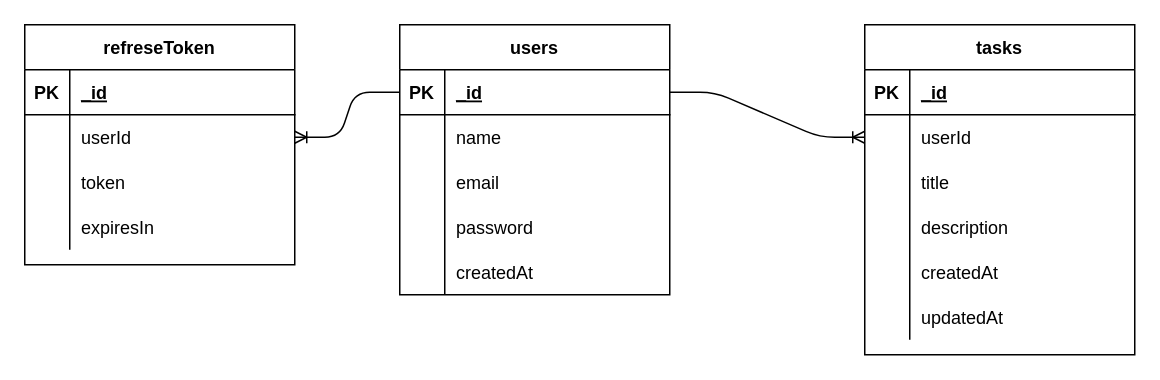
The draw.io diagram db-diagram.drawio in miguelretroz/teskiando-back-end, before the edit. Source tidied: cells renumbered, new cells numbered last; positions are measured from the earlier drawing's top-left corner, leaving out a move shared by most shapes. Both pictures are drawn from the tidied source at 150%, with x=0, y=0 at pixel (24, 24).
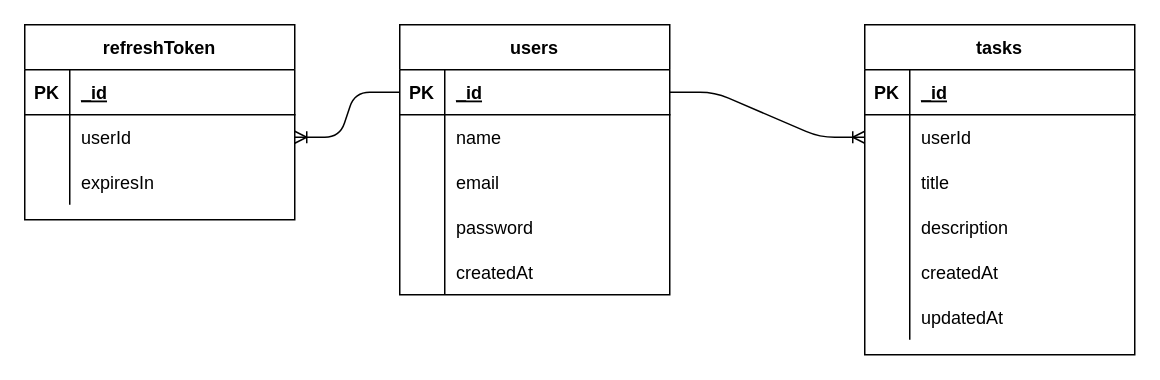
Above is the later version.

Change to the diagram source:
```diff
@@
-    <mxCell id="38" value="refreseToken" style="shape=table;startSize=30;childLayout=tableLayout;rowLines=0;fontStyle=1;align=center;" parent="1" vertex="1">
-      <mxGeometry width="180" height="160" as="geometry" />
+    <mxCell id="38" value="refreshToken" style="shape=table;startSize=30;childLayout=tableLayout;rowLines=0;fontStyle=1;align=center;" parent="1" vertex="1">
+      <mxGeometry width="180" height="130" as="geometry" />
     </mxCell>
@@
-    <mxCell id="45" style="shape=partialRectangle;fillColor=none;top=0;left=0;bottom=0;right=0;" parent="38" vertex="1">
-      <mxGeometry y="90" width="180" height="30" as="geometry" />
-    </mxCell>
-    <mxCell id="46" style="shape=partialRectangle;fillColor=none;top=0;left=0;bottom=0;right=0;overflow=hidden;" parent="45" vertex="1">
-      <mxGeometry width="30" height="30" as="geometry" />
-    </mxCell>
-    <mxCell id="47" value="token" style="shape=partialRectangle;fillColor=none;top=0;left=0;bottom=0;right=0;align=left;spacingLeft=6;overflow=hidden;" parent="45" vertex="1">
-      <mxGeometry x="30" width="150" height="30" as="geometry" />
-    </mxCell>
     <mxCell id="48" style="shape=partialRectangle;fillColor=none;top=0;left=0;bottom=0;right=0;" parent="38" vertex="1">
-      <mxGeometry y="120" width="180" height="30" as="geometry" />
+      <mxGeometry y="90" width="180" height="30" as="geometry" />
     </mxCell>
```
